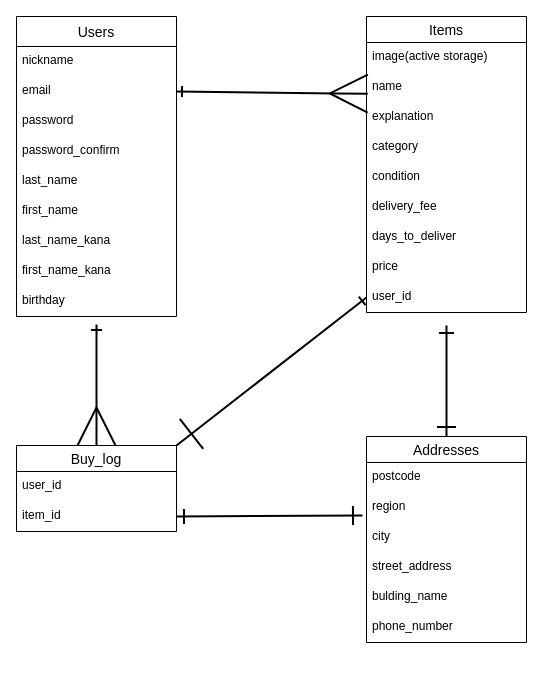
This is furimaER.dio from ryotsuf/furima-37576, a draw.io file, before an edit. Source tidied: cells renumbered, new cells numbered last; positions are measured from the earlier drawing's top-left corner, leaving out a move shared by most shapes. Both pictures are drawn from the tidied source at 100%, with x=0, y=0 at pixel (16, 16).
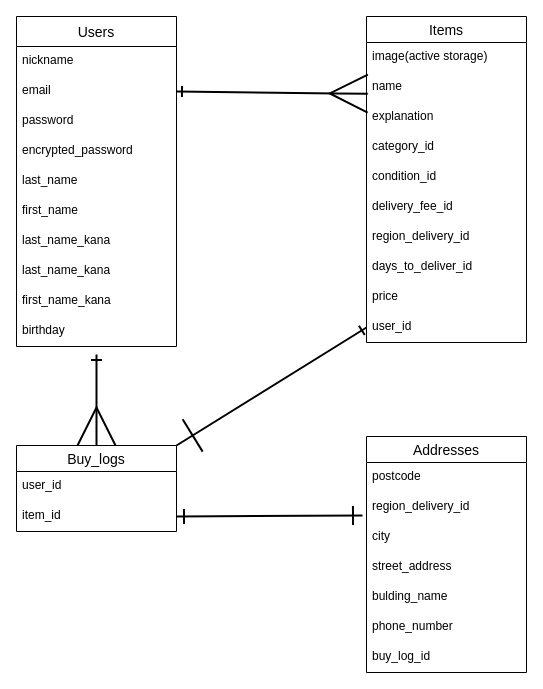
After the change.

Commit message (it also covers changes not shown here):
レビューいただいた箇所の修正

The edit, as a diff of the source:
```diff
@@
     <mxCell id="3" value="Users" style="swimlane;fontStyle=0;horizontal=1;startSize=30;align=center;fontSize=14;" parent="1" vertex="1">
-      <mxGeometry width="160" height="300" as="geometry" />
+      <mxGeometry width="160" height="330" as="geometry" />
     </mxCell>
@@
-    <mxCell id="7" value="password_confirm" style="text;strokeColor=none;fillColor=none;spacingLeft=4;spacingRight=4;overflow=hidden;fontSize=12;" parent="3" vertex="1">
+    <mxCell id="7" value="encrypted_password" style="text;strokeColor=none;fillColor=none;spacingLeft=4;spacingRight=4;overflow=hidden;fontSize=12;" parent="3" vertex="1">
       <mxGeometry y="120" width="160" height="30" as="geometry" />
     </mxCell>
@@
+    <mxCell id="37" value="last_name_kana" style="text;strokeColor=none;fillColor=none;spacingLeft=4;spacingRight=4;overflow=hidden;fontSize=12;" parent="3" vertex="1">
+      <mxGeometry y="240" width="160" height="30" as="geometry" />
+    </mxCell>
     <mxCell id="11" value="first_name_kana" style="text;strokeColor=none;fillColor=none;spacingLeft=4;spacingRight=4;overflow=hidden;fontSize=12;" parent="3" vertex="1">
-      <mxGeometry y="240" width="160" height="30" as="geometry" />
+      <mxGeometry y="270" width="160" height="30" as="geometry" />
     </mxCell>
     <mxCell id="12" value="birthday" style="text;strokeColor=none;fillColor=none;spacingLeft=4;spacingRight=4;overflow=hidden;fontSize=12;" parent="3" vertex="1">
-      <mxGeometry y="270" width="160" height="30" as="geometry" />
+      <mxGeometry y="300" width="160" height="30" as="geometry" />
     </mxCell>
-    <mxCell id="13" value="Buy_log" style="swimlane;fontStyle=0;horizontal=1;startSize=26;align=center;fontSize=14;" parent="1" vertex="1">
+    <mxCell id="13" value="Buy_logs" style="swimlane;fontStyle=0;horizontal=1;startSize=26;align=center;fontSize=14;" parent="1" vertex="1">
       <mxGeometry y="429" width="160" height="86" as="geometry" />
     </mxCell>
@@
     <mxCell id="16" value="Items" style="swimlane;fontStyle=0;horizontal=1;startSize=26;align=center;fontSize=14;" parent="1" vertex="1">
-      <mxGeometry x="350" width="160" height="296" as="geometry" />
+      <mxGeometry x="350" width="160" height="326" as="geometry" />
     </mxCell>
@@
-    <mxCell id="20" value="category" style="text;strokeColor=none;fillColor=none;spacingLeft=4;spacingRight=4;overflow=hidden;fontSize=12;" parent="16" vertex="1">
+    <mxCell id="20" value="category_id" style="text;strokeColor=none;fillColor=none;spacingLeft=4;spacingRight=4;overflow=hidden;fontSize=12;" parent="16" vertex="1">
       <mxGeometry y="116" width="160" height="30" as="geometry" />
     </mxCell>
-    <mxCell id="21" value="condition" style="text;strokeColor=none;fillColor=none;spacingLeft=4;spacingRight=4;overflow=hidden;fontSize=12;" parent="16" vertex="1">
+    <mxCell id="21" value="condition_id" style="text;strokeColor=none;fillColor=none;spacingLeft=4;spacingRight=4;overflow=hidden;fontSize=12;" parent="16" vertex="1">
       <mxGeometry y="146" width="160" height="30" as="geometry" />
     </mxCell>
-    <mxCell id="22" value="delivery_fee" style="text;strokeColor=none;fillColor=none;spacingLeft=4;spacingRight=4;overflow=hidden;fontSize=12;" parent="16" vertex="1">
+    <mxCell id="22" value="delivery_fee_id" style="text;strokeColor=none;fillColor=none;spacingLeft=4;spacingRight=4;overflow=hidden;fontSize=12;" parent="16" vertex="1">
       <mxGeometry y="176" width="160" height="30" as="geometry" />
     </mxCell>
+    <mxCell id="38" value="region_delivery_id" style="text;strokeColor=none;fillColor=none;spacingLeft=4;spacingRight=4;overflow=hidden;fontSize=12;" parent="16" vertex="1">
+      <mxGeometry y="206" width="160" height="30" as="geometry" />
+    </mxCell>
-    <mxCell id="23" value="days_to_deliver" style="text;strokeColor=none;fillColor=none;spacingLeft=4;spacingRight=4;overflow=hidden;fontSize=12;" parent="16" vertex="1">
-      <mxGeometry y="206" width="160" height="30" as="geometry" />
+    <mxCell id="23" value="days_to_deliver_id" style="text;strokeColor=none;fillColor=none;spacingLeft=4;spacingRight=4;overflow=hidden;fontSize=12;" parent="16" vertex="1">
+      <mxGeometry y="236" width="160" height="30" as="geometry" />
     </mxCell>
     <mxCell id="24" value="price" style="text;strokeColor=none;fillColor=none;spacingLeft=4;spacingRight=4;overflow=hidden;fontSize=12;" parent="16" vertex="1">
-      <mxGeometry y="236" width="160" height="30" as="geometry" />
+      <mxGeometry y="266" width="160" height="30" as="geometry" />
     </mxCell>
     <mxCell id="25" value="user_id" style="text;strokeColor=none;fillColor=none;spacingLeft=4;spacingRight=4;overflow=hidden;points=[[0,0.5],[1,0.5]];portConstraint=eastwest;fontSize=12;" parent="16" vertex="1">
-      <mxGeometry y="266" width="160" height="30" as="geometry" />
+      <mxGeometry y="296" width="160" height="30" as="geometry" />
     </mxCell>
     <mxCell id="26" value="Addresses" style="swimlane;fontStyle=0;horizontal=1;startSize=26;align=center;fontSize=14;" parent="1" vertex="1">
-      <mxGeometry x="350" y="420" width="160" height="206" as="geometry" />
+      <mxGeometry x="350" y="420" width="160" height="236" as="geometry" />
     </mxCell>
@@
-    <mxCell id="28" value="region" style="text;strokeColor=none;fillColor=none;spacingLeft=4;spacingRight=4;overflow=hidden;points=[[0,0.5],[1,0.5]];portConstraint=eastwest;fontSize=12;" parent="26" vertex="1">
+    <mxCell id="28" value="region_delivery_id" style="text;strokeColor=none;fillColor=none;spacingLeft=4;spacingRight=4;overflow=hidden;points=[[0,0.5],[1,0.5]];portConstraint=eastwest;fontSize=12;" parent="26" vertex="1">
       <mxGeometry y="56" width="160" height="30" as="geometry" />
     </mxCell>
@@
+    <mxCell id="39" value="buy_log_id" style="text;strokeColor=none;fillColor=none;spacingLeft=4;spacingRight=4;overflow=hidden;fontSize=12;" parent="26" vertex="1">
+      <mxGeometry y="206" width="160" height="30" as="geometry" />
+    </mxCell>
@@
-    <mxCell id="36" style="edgeStyle=none;html=1;entryX=0.5;entryY=0;entryDx=0;entryDy=0;startArrow=ERone;startFill=0;endArrow=ERone;endFill=0;startSize=12;endSize=16;sourcePerimeterSpacing=13;targetPerimeterSpacing=23;strokeWidth=2;" parent="1" edge="1" source="25" target="26">
-      <mxGeometry relative="1" as="geometry" />
-    </mxCell>
```
